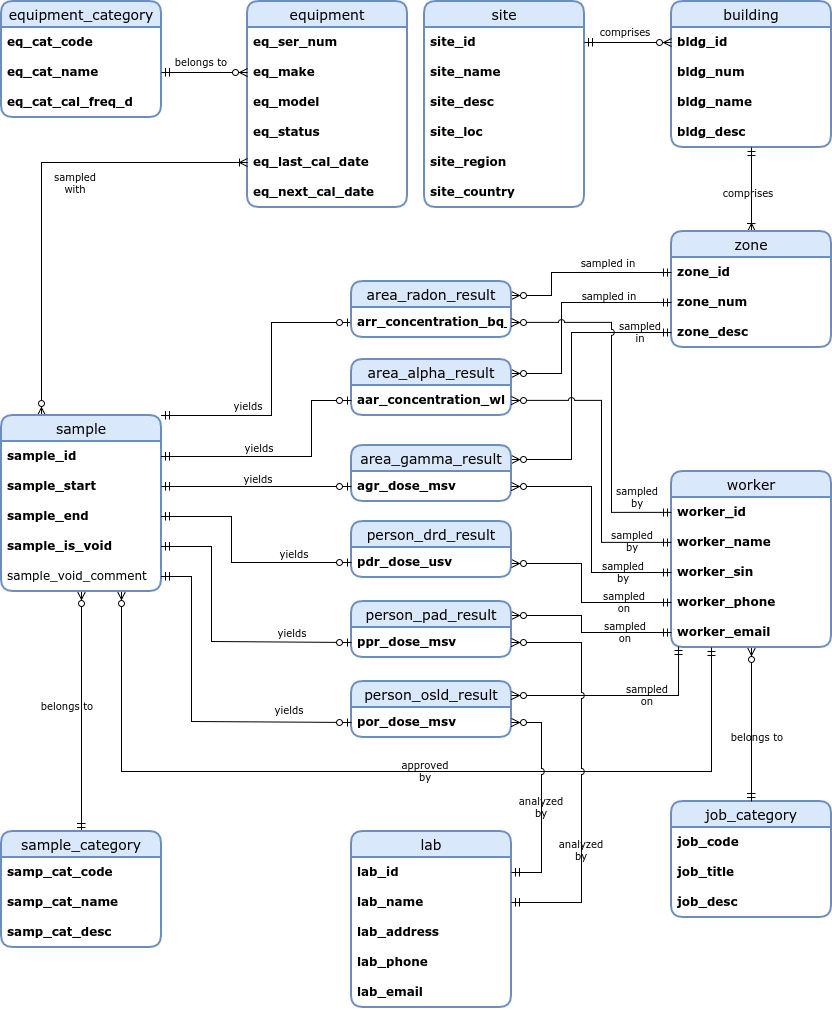
This is images/erd-1.drawio.png from harnettd/radiation-protection-db, a draw.io export, as it was before one commit. Source tidied: cells renumbered, new cells last; positions are measured from the earlier drawing's top-left corner, leaving out a move shared by most shapes.
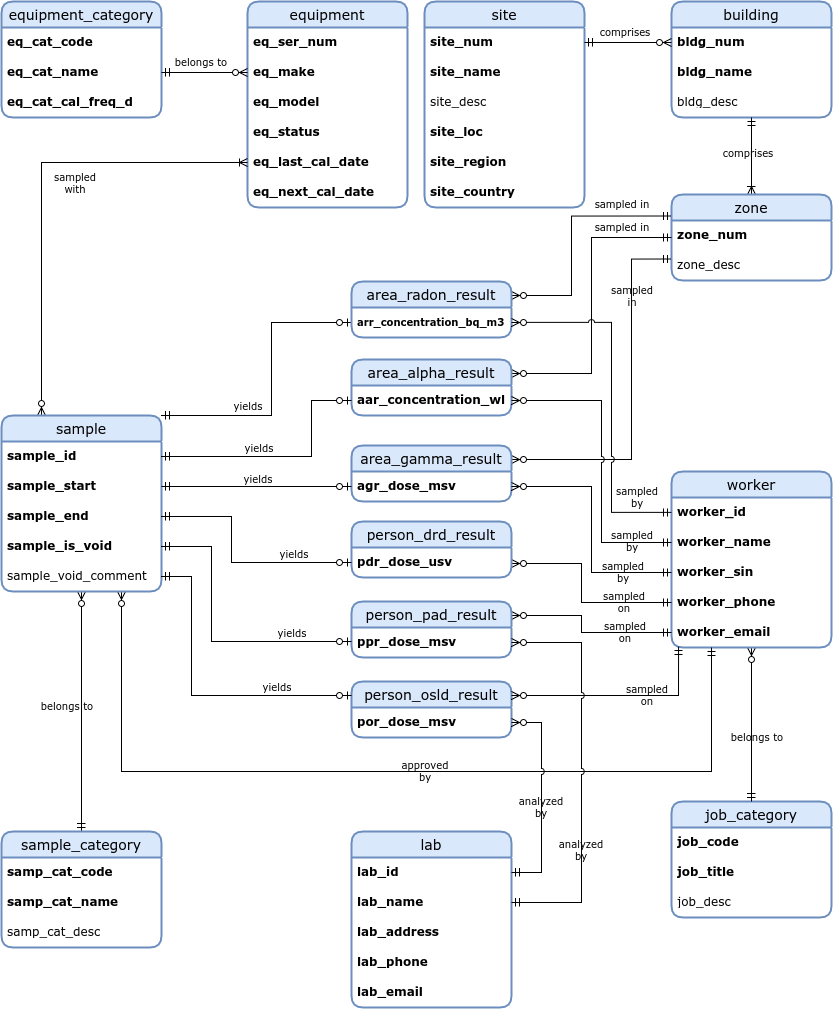
Above is the later version.

Commit message:
update conceptual ERD

What changed in the source:
```diff
@@ -11,7 +11,7 @@
     <mxCell id="4" value="job_title" style="text;strokeColor=none;fillColor=none;spacingLeft=4;spacingRight=4;overflow=hidden;fontSize=12;whiteSpace=wrap;html=1;fontFamily=Verdana;fontStyle=1;" parent="2" vertex="1">
       <mxGeometry y="56" width="160" height="30" as="geometry" />
     </mxCell>
-    <mxCell id="5" value="job_desc" style="text;strokeColor=none;fillColor=none;spacingLeft=4;spacingRight=4;overflow=hidden;fontSize=12;whiteSpace=wrap;html=1;fontFamily=Verdana;fontStyle=1;" parent="2" vertex="1">
+    <mxCell id="5" value="job_desc" style="text;strokeColor=none;fillColor=none;spacingLeft=4;spacingRight=4;overflow=hidden;whiteSpace=wrap;html=1;fontFamily=Verdana;" parent="2" vertex="1">
       <mxGeometry y="86" width="160" height="30" as="geometry" />
     </mxCell>
     <mxCell id="6" style="edgeStyle=orthogonalEdgeStyle;rounded=0;jettySize=auto;html=1;exitX=0.5;exitY=1;exitDx=0;exitDy=0;entryX=0.5;entryY=0;entryDx=0;entryDy=0;startArrow=ERzeroToMany;startFill=0;endArrow=ERmandOne;endFill=0;" parent="1" edge="1" source="7" target="2">
@@ -38,13 +38,13 @@
     <mxCell id="13" value="site" style="swimlane;fontStyle=0;horizontal=1;startSize=26;align=center;fontSize=14;fontFamily=Verdana;fillColor=#dae8fc;strokeColor=#6c8ebf;strokeWidth=2;rounded=1;shadow=0;glass=0;perimeterSpacing=0;" parent="1" vertex="1">
       <mxGeometry x="423" width="160" height="206" as="geometry" />
     </mxCell>
-    <mxCell id="14" value="site_id" style="text;strokeColor=none;fillColor=none;spacingLeft=4;spacingRight=4;overflow=hidden;points=[[0,0.5],[1,0.5]];portConstraint=eastwest;fontSize=12;whiteSpace=wrap;html=1;fontFamily=Verdana;fontStyle=1;" parent="13" vertex="1">
+    <mxCell id="14" value="site_num" style="text;strokeColor=none;fillColor=none;spacingLeft=4;spacingRight=4;overflow=hidden;points=[[0,0.5],[1,0.5]];portConstraint=eastwest;fontSize=12;whiteSpace=wrap;html=1;fontFamily=Verdana;fontStyle=1;" parent="13" vertex="1">
       <mxGeometry y="26" width="160" height="30" as="geometry" />
     </mxCell>
     <mxCell id="15" value="site_name" style="text;strokeColor=none;fillColor=none;spacingLeft=4;spacingRight=4;overflow=hidden;fontSize=12;whiteSpace=wrap;html=1;fontFamily=Verdana;fontStyle=1;" parent="13" vertex="1">
       <mxGeometry y="56" width="160" height="30" as="geometry" />
     </mxCell>
-    <mxCell id="16" value="site_desc" style="text;strokeColor=none;fillColor=none;spacingLeft=4;spacingRight=4;overflow=hidden;fontSize=12;whiteSpace=wrap;html=1;fontFamily=Verdana;fontStyle=1;" parent="13" vertex="1">
+    <mxCell id="16" value="&lt;font face=&quot;Verdana&quot;&gt;site_desc&lt;/font&gt;" style="text;strokeColor=none;fillColor=none;spacingLeft=4;spacingRight=4;overflow=hidden;whiteSpace=wrap;html=1;" parent="13" vertex="1">
       <mxGeometry y="86" width="160" height="30" as="geometry" />
     </mxCell>
     <mxCell id="17" value="site_loc" style="text;strokeColor=none;fillColor=none;spacingLeft=4;spacingRight=4;overflow=hidden;fontSize=12;whiteSpace=wrap;html=1;fontFamily=Verdana;fontStyle=1;" parent="13" vertex="1">
@@ -57,34 +57,28 @@
       <mxGeometry y="176" width="160" height="30" as="geometry" />
     </mxCell>
     <mxCell id="20" value="building" style="swimlane;fontStyle=0;horizontal=1;startSize=26;align=center;fontSize=14;fontFamily=Verdana;fillColor=#dae8fc;strokeColor=#6c8ebf;strokeWidth=2;rounded=1;shadow=0;glass=0;perimeterSpacing=0;" parent="1" vertex="1">
-      <mxGeometry x="670" width="160" height="146" as="geometry" />
+      <mxGeometry x="670" width="160" height="116" as="geometry" />
     </mxCell>
-    <mxCell id="21" value="bldg_id" style="text;strokeColor=none;fillColor=none;spacingLeft=4;spacingRight=4;overflow=hidden;points=[[0,0.5],[1,0.5]];portConstraint=eastwest;fontSize=12;whiteSpace=wrap;html=1;fontFamily=Verdana;fontStyle=1;" parent="20" vertex="1">
-      <mxGeometry y="26" width="160" height="30" as="geometry" />
-    </mxCell>
     <mxCell id="22" value="bldg_num" style="text;strokeColor=none;fillColor=none;spacingLeft=4;spacingRight=4;overflow=hidden;fontSize=12;whiteSpace=wrap;html=1;fontFamily=Verdana;fontStyle=1;" parent="20" vertex="1">
-      <mxGeometry y="56" width="160" height="30" as="geometry" />
+      <mxGeometry y="26" width="160" height="30" as="geometry" />
     </mxCell>
     <mxCell id="23" value="bldg_name" style="text;strokeColor=none;fillColor=none;spacingLeft=4;spacingRight=4;overflow=hidden;fontSize=12;whiteSpace=wrap;html=1;fontFamily=Verdana;fontStyle=1;" parent="20" vertex="1">
-      <mxGeometry y="86" width="160" height="30" as="geometry" />
+      <mxGeometry y="56" width="160" height="30" as="geometry" />
     </mxCell>
-    <mxCell id="24" value="bldg_desc" style="text;strokeColor=none;fillColor=none;spacingLeft=4;spacingRight=4;overflow=hidden;fontSize=12;whiteSpace=wrap;html=1;fontFamily=Verdana;fontStyle=1;" parent="20" vertex="1">
-      <mxGeometry y="116" width="160" height="30" as="geometry" />
+    <mxCell id="24" value="bldg_desc" style="text;strokeColor=none;fillColor=none;spacingLeft=4;spacingRight=4;overflow=hidden;whiteSpace=wrap;html=1;fontFamily=Verdana;" parent="20" vertex="1">
+      <mxGeometry y="86" width="160" height="30" as="geometry" />
     </mxCell>
     <mxCell id="25" style="edgeStyle=orthogonalEdgeStyle;rounded=0;jettySize=auto;html=1;exitX=0.5;exitY=0;exitDx=0;exitDy=0;entryX=0.5;entryY=1;entryDx=0;entryDy=0;endArrow=ERmandOne;endFill=0;startArrow=ERoneToMany;startFill=0;jumpStyle=none;" parent="1" edge="1" source="26" target="20">
       <mxGeometry relative="1" as="geometry" />
     </mxCell>
     <mxCell id="26" value="zone" style="swimlane;fontStyle=0;horizontal=1;startSize=26;align=center;fontSize=14;fontFamily=Verdana;fillColor=#dae8fc;strokeColor=#6c8ebf;strokeWidth=2;rounded=1;shadow=0;glass=0;perimeterSpacing=0;" parent="1" vertex="1">
-      <mxGeometry x="670" y="230" width="160" height="116" as="geometry" />
+      <mxGeometry x="670" y="193" width="160" height="86" as="geometry" />
     </mxCell>
-    <mxCell id="27" value="zone_id" style="text;strokeColor=none;fillColor=none;spacingLeft=4;spacingRight=4;overflow=hidden;points=[[0,0.5],[1,0.5]];portConstraint=eastwest;fontSize=12;whiteSpace=wrap;html=1;fontFamily=Verdana;fontStyle=1;" parent="26" vertex="1">
-      <mxGeometry y="26" width="160" height="30" as="geometry" />
-    </mxCell>
     <mxCell id="28" value="zone_num" style="text;strokeColor=none;fillColor=none;spacingLeft=4;spacingRight=4;overflow=hidden;points=[[0,0.5],[1,0.5]];portConstraint=eastwest;fontSize=12;whiteSpace=wrap;html=1;fontFamily=Verdana;fontStyle=1;" parent="26" vertex="1">
-      <mxGeometry y="56" width="160" height="30" as="geometry" />
+      <mxGeometry y="26" width="160" height="30" as="geometry" />
     </mxCell>
-    <mxCell id="29" value="zone_desc" style="text;strokeColor=none;fillColor=none;spacingLeft=4;spacingRight=4;overflow=hidden;points=[[0,0.5],[1,0.5]];portConstraint=eastwest;fontSize=12;whiteSpace=wrap;html=1;fontFamily=Verdana;fontStyle=1;" parent="26" vertex="1">
-      <mxGeometry y="86" width="160" height="30" as="geometry" />
+    <mxCell id="29" value="zone_desc" style="text;strokeColor=none;fillColor=none;spacingLeft=4;spacingRight=4;overflow=hidden;points=[[0,0.5],[1,0.5]];portConstraint=eastwest;whiteSpace=wrap;html=1;fontFamily=Verdana;" parent="26" vertex="1">
+      <mxGeometry y="56" width="160" height="30" as="geometry" />
     </mxCell>
     <mxCell id="30" value="lab" style="swimlane;fontStyle=0;horizontal=1;startSize=26;align=center;fontSize=14;fontFamily=Verdana;fillColor=#dae8fc;strokeColor=#6c8ebf;strokeWidth=2;rounded=1;shadow=0;glass=0;perimeterSpacing=0;" parent="1" vertex="1">
       <mxGeometry x="350" y="830" width="160" height="176" as="geometry" />
@@ -190,45 +184,40 @@
     <mxCell id="59" value="samp_cat_name" style="text;strokeColor=none;fillColor=none;spacingLeft=4;spacingRight=4;overflow=hidden;fontSize=12;whiteSpace=wrap;html=1;fontFamily=Verdana;fontStyle=1;" parent="57" vertex="1">
       <mxGeometry y="56" width="160" height="30" as="geometry" />
     </mxCell>
-    <mxCell id="60" value="samp_cat_desc" style="text;strokeColor=none;fillColor=none;spacingLeft=4;spacingRight=4;overflow=hidden;fontSize=12;whiteSpace=wrap;html=1;fontFamily=Verdana;fontStyle=1;" parent="57" vertex="1">
+    <mxCell id="60" value="samp_cat_desc" style="text;strokeColor=none;fillColor=none;spacingLeft=4;spacingRight=4;overflow=hidden;whiteSpace=wrap;html=1;fontFamily=Verdana;" parent="57" vertex="1">
       <mxGeometry y="86" width="160" height="30" as="geometry" />
     </mxCell>
-    <mxCell id="61" style="edgeStyle=orthogonalEdgeStyle;rounded=0;jettySize=auto;html=1;exitX=1;exitY=0.25;exitDx=0;exitDy=0;entryX=0;entryY=0.5;entryDx=0;entryDy=0;endArrow=ERmandOne;endFill=0;startArrow=ERzeroToMany;startFill=0;" parent="1" edge="1" source="62" target="27">
-      <mxGeometry relative="1" as="geometry">
-        <Array as="points">
-          <mxPoint x="550" y="294" />
-          <mxPoint x="550" y="271" />
-        </Array>
-      </mxGeometry>
-    </mxCell>
+    <mxCell id="115" style="edgeStyle=orthogonalEdgeStyle;rounded=0;jettySize=auto;html=1;exitX=1;exitY=0.25;exitDx=0;exitDy=0;entryX=0;entryY=0.25;entryDx=0;entryDy=0;endArrow=ERmandOne;endFill=0;startArrow=ERzeroToMany;startFill=0;" parent="1" edge="1" source="62" target="26">
+      <mxGeometry relative="1" as="geometry">
+        <Array as="points">
+          <mxPoint x="570" y="294" />
+          <mxPoint x="570" y="215" />
+        </Array>
+      </mxGeometry>
+    </mxCell>
     <mxCell id="62" value="area_radon_result" style="swimlane;fontStyle=0;horizontal=1;startSize=26;align=center;fontSize=14;fontFamily=Verdana;fillColor=#dae8fc;strokeColor=#6c8ebf;strokeWidth=2;rounded=1;shadow=0;glass=0;perimeterSpacing=0;" parent="1" vertex="1">
       <mxGeometry x="350" y="280" width="160" height="56" as="geometry" />
     </mxCell>
-    <mxCell id="63" value="arr_concentration_bq_m3" style="text;strokeColor=none;fillColor=none;spacingLeft=4;spacingRight=4;overflow=hidden;points=[[0,0.5],[1,0.5]];portConstraint=eastwest;fontSize=12;whiteSpace=wrap;html=1;fontFamily=Verdana;fontStyle=1;" parent="62" vertex="1">
+    <mxCell id="63" value="&lt;font style=&quot;font-size: 10px;&quot;&gt;arr_concentration_bq_m3&lt;/font&gt;" style="text;strokeColor=none;fillColor=none;spacingLeft=4;spacingRight=4;overflow=hidden;points=[[0,0.5],[1,0.5]];portConstraint=eastwest;fontSize=12;whiteSpace=wrap;html=1;fontFamily=Verdana;fontStyle=1;" parent="62" vertex="1">
       <mxGeometry y="26" width="160" height="30" as="geometry" />
     </mxCell>
-    <mxCell id="64" style="edgeStyle=orthogonalEdgeStyle;rounded=0;jettySize=auto;html=1;exitX=1;exitY=0.25;exitDx=0;exitDy=0;endArrow=ERmandOne;endFill=0;startArrow=ERzeroToMany;startFill=0;" parent="1" edge="1" source="65" target="28">
-      <mxGeometry relative="1" as="geometry">
-        <Array as="points">
-          <mxPoint x="560" y="372" />
-          <mxPoint x="560" y="301" />
-        </Array>
-      </mxGeometry>
-    </mxCell>
+    <mxCell id="116" style="edgeStyle=orthogonalEdgeStyle;rounded=0;jettySize=auto;html=1;exitX=1;exitY=0.25;exitDx=0;exitDy=0;entryX=0;entryY=0.5;entryDx=0;entryDy=0;endArrow=ERmandOne;endFill=0;startArrow=ERzeroToMany;startFill=0;" parent="1" edge="1" source="65" target="26">
+      <mxGeometry relative="1" as="geometry" />
+    </mxCell>
     <mxCell id="65" value="area_alpha_result" style="swimlane;fontStyle=0;horizontal=1;startSize=26;align=center;fontSize=14;fontFamily=Verdana;fillColor=#dae8fc;strokeColor=#6c8ebf;strokeWidth=2;rounded=1;shadow=0;glass=0;perimeterSpacing=0;" parent="1" vertex="1">
       <mxGeometry x="350" y="358" width="160" height="56" as="geometry" />
     </mxCell>
     <mxCell id="66" value="aar_concentration_wl" style="text;strokeColor=none;fillColor=none;spacingLeft=4;spacingRight=4;overflow=hidden;points=[[0,0.5],[1,0.5]];portConstraint=eastwest;fontSize=12;whiteSpace=wrap;html=1;fontFamily=Verdana;fontStyle=1;" parent="65" vertex="1">
       <mxGeometry y="26" width="160" height="30" as="geometry" />
     </mxCell>
-    <mxCell id="67" style="edgeStyle=orthogonalEdgeStyle;rounded=0;jettySize=auto;html=1;exitX=1;exitY=0.25;exitDx=0;exitDy=0;entryX=0;entryY=0.5;entryDx=0;entryDy=0;endArrow=ERmandOne;endFill=0;startArrow=ERzeroToMany;startFill=0;" parent="1" edge="1" source="68" target="29">
-      <mxGeometry relative="1" as="geometry">
-        <Array as="points">
-          <mxPoint x="570" y="458" />
-          <mxPoint x="570" y="331" />
-        </Array>
-      </mxGeometry>
-    </mxCell>
+    <mxCell id="117" style="edgeStyle=orthogonalEdgeStyle;rounded=0;jettySize=auto;html=1;exitX=1;exitY=0.25;exitDx=0;exitDy=0;entryX=0;entryY=0.75;entryDx=0;entryDy=0;endArrow=ERmandOne;endFill=0;startArrow=ERzeroToMany;startFill=0;" parent="1" edge="1" source="68" target="26">
+      <mxGeometry relative="1" as="geometry">
+        <Array as="points">
+          <mxPoint x="630" y="458" />
+          <mxPoint x="630" y="258" />
+        </Array>
+      </mxGeometry>
+    </mxCell>
     <mxCell id="68" value="area_gamma_result" style="swimlane;fontStyle=0;horizontal=1;startSize=26;align=center;fontSize=14;fontFamily=Verdana;fillColor=#dae8fc;strokeColor=#6c8ebf;strokeWidth=2;rounded=1;shadow=0;glass=0;perimeterSpacing=0;" parent="1" vertex="1">
       <mxGeometry x="350" y="444" width="160" height="56" as="geometry" />
     </mxCell>
@@ -296,14 +285,15 @@
         <Array as="points">
           <mxPoint x="210" y="545" />
           <mxPoint x="210" y="640" />
+          <mxPoint x="350" y="640" />
         </Array>
       </mxGeometry>
     </mxCell>
-    <mxCell id="83" style="edgeStyle=orthogonalEdgeStyle;rounded=0;jettySize=auto;html=1;exitX=1;exitY=0.5;exitDx=0;exitDy=0;entryX=0;entryY=0.5;entryDx=0;entryDy=0;jumpStyle=arc;startArrow=ERmandOne;startFill=0;endArrow=ERzeroToOne;endFill=0;" parent="1" edge="1" source="56" target="74">
+    <mxCell id="83" style="edgeStyle=orthogonalEdgeStyle;rounded=0;jettySize=auto;html=1;exitX=1;exitY=0.5;exitDx=0;exitDy=0;entryX=0;entryY=0.25;entryDx=0;entryDy=0;jumpStyle=arc;startArrow=ERmandOne;startFill=0;endArrow=ERzeroToOne;endFill=0;" parent="1" edge="1" source="56" target="73">
       <mxGeometry relative="1" as="geometry">
         <Array as="points">
           <mxPoint x="190" y="575" />
-          <mxPoint x="190" y="720" />
+          <mxPoint x="190" y="694" />
         </Array>
       </mxGeometry>
     </mxCell>
@@ -350,8 +340,10 @@
         </Array>
       </mxGeometry>
     </mxCell>
-    <mxCell id="90" style="edgeStyle=orthogonalEdgeStyle;rounded=0;jettySize=auto;html=1;exitX=1;exitY=0.5;exitDx=0;exitDy=0;entryX=0;entryY=0.5;entryDx=0;entryDy=0;startArrow=ERmandOne;startFill=0;endArrow=ERzeroToMany;endFill=0;" parent="1" edge="1" source="14" target="21">
-      <mxGeometry relative="1" as="geometry" />
+    <mxCell id="90" style="edgeStyle=orthogonalEdgeStyle;rounded=0;jettySize=auto;html=1;exitX=1;exitY=0.5;exitDx=0;exitDy=0;entryX=0;entryY=0.5;entryDx=0;entryDy=0;startArrow=ERmandOne;startFill=0;endArrow=ERzeroToMany;endFill=0;" parent="1" edge="1" source="14">
+      <mxGeometry relative="1" as="geometry">
+        <mxPoint x="670" y="41" as="targetPoint" />
+      </mxGeometry>
     </mxCell>
     <mxCell id="91" value="belongs to" style="text;html=1;whiteSpace=wrap;strokeColor=none;fillColor=none;align=center;verticalAlign=middle;rounded=0;fontFamily=Verdana;fontSize=10;" parent="1" vertex="1">
       <mxGeometry x="170" y="45" width="60" height="30" as="geometry" />
@@ -360,7 +352,7 @@
       <mxGeometry x="594" y="15" width="60" height="30" as="geometry" />
     </mxCell>
     <mxCell id="93" value="comprises" style="text;html=1;whiteSpace=wrap;strokeColor=none;fillColor=none;align=center;verticalAlign=middle;rounded=0;fontFamily=Verdana;fontSize=10;" parent="1" vertex="1">
-      <mxGeometry x="717" y="176" width="60" height="30" as="geometry" />
+      <mxGeometry x="717" y="136" width="60" height="30" as="geometry" />
     </mxCell>
     <mxCell id="94" value="belongs to" style="text;html=1;whiteSpace=wrap;strokeColor=none;fillColor=none;align=center;verticalAlign=middle;rounded=0;fontFamily=Verdana;fontSize=10;" parent="1" vertex="1">
       <mxGeometry x="36" y="689" width="60" height="30" as="geometry" />
@@ -387,7 +379,7 @@
       <mxGeometry x="261" y="616" width="60" height="30" as="geometry" />
     </mxCell>
     <mxCell id="102" value="yields" style="text;html=1;whiteSpace=wrap;strokeColor=none;fillColor=none;align=center;verticalAlign=middle;rounded=0;fontFamily=Verdana;fontSize=10;" parent="1" vertex="1">
-      <mxGeometry x="258" y="693" width="60" height="30" as="geometry" />
+      <mxGeometry x="246" y="670" width="60" height="30" as="geometry" />
     </mxCell>
     <mxCell id="103" value="analyzed by" style="text;html=1;whiteSpace=wrap;strokeColor=none;fillColor=none;align=center;verticalAlign=middle;rounded=0;fontFamily=Verdana;fontSize=10;" parent="1" vertex="1">
       <mxGeometry x="510" y="790" width="60" height="30" as="geometry" />
@@ -417,13 +409,13 @@
       <mxGeometry x="607" y="480" width="58" height="30" as="geometry" />
     </mxCell>
     <mxCell id="112" value="sampled in" style="text;html=1;whiteSpace=wrap;strokeColor=none;fillColor=none;align=center;verticalAlign=middle;rounded=0;fontFamily=Verdana;fontSize=10;" parent="1" vertex="1">
-      <mxGeometry x="578" y="246" width="58" height="30" as="geometry" />
+      <mxGeometry x="592" y="187" width="58" height="30" as="geometry" />
     </mxCell>
     <mxCell id="113" value="sampled in" style="text;html=1;whiteSpace=wrap;strokeColor=none;fillColor=none;align=center;verticalAlign=middle;rounded=0;fontFamily=Verdana;fontSize=10;" parent="1" vertex="1">
-      <mxGeometry x="579" y="279" width="58" height="30" as="geometry" />
+      <mxGeometry x="592" y="210" width="58" height="30" as="geometry" />
     </mxCell>
     <mxCell id="114" value="sampled in" style="text;html=1;whiteSpace=wrap;strokeColor=none;fillColor=none;align=center;verticalAlign=middle;rounded=0;fontFamily=Verdana;fontSize=10;" parent="1" vertex="1">
-      <mxGeometry x="614" y="315" width="50" height="30" as="geometry" />
+      <mxGeometry x="606" y="279" width="50" height="30" as="geometry" />
     </mxCell>
   </root>
 </mxGraphModel>
```
